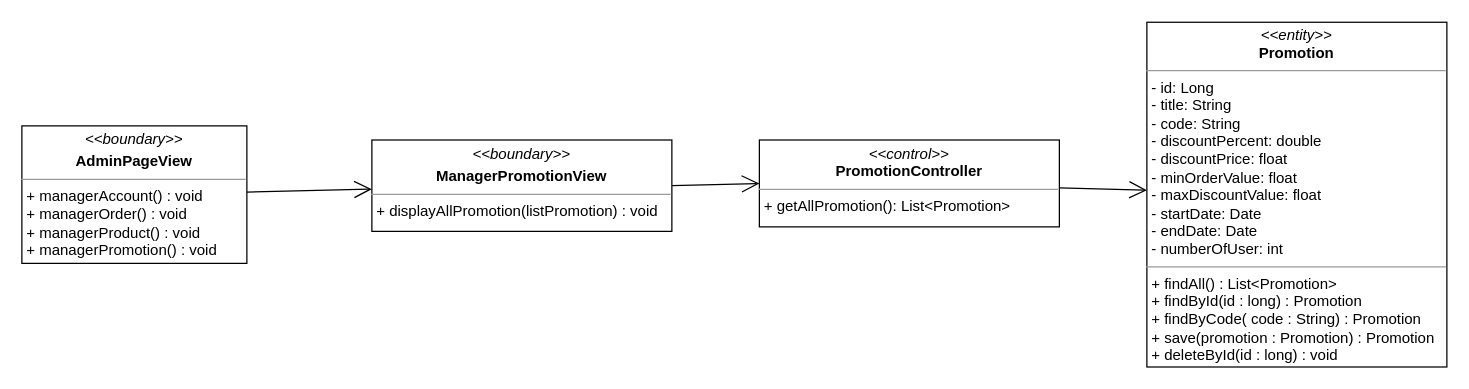
The draw.io diagram class diagram/manager-promotion-class-diagram.drawio in nguyenphamvan/datn_20202, before the edit. Source tidied: cells renumbered, new cells numbered last; positions are measured from the earlier drawing's top-left corner, leaving out a move shared by most shapes. Both pictures are drawn from the tidied source at 125%, with x=0, y=0 at pixel (21, 21).
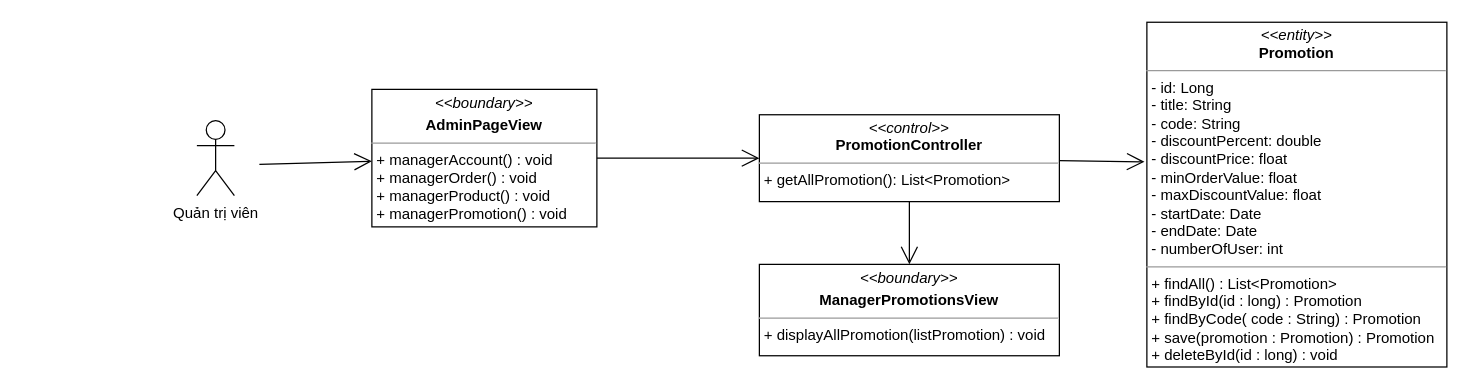
The same diagram, later.

Change to the diagram source:
```diff
@@
 <mxGraphModel>
   <root>
     <mxCell id="0" />
     <mxCell id="1" parent="0" />
-    <mxCell id="2" value="&lt;p style=&quot;margin: 0px ; margin-top: 4px ; text-align: center&quot;&gt;&lt;i&gt;&amp;lt;&amp;lt;boundary&amp;gt;&amp;gt;&lt;/i&gt;&lt;/p&gt;&lt;p style=&quot;margin: 0px ; margin-top: 4px ; text-align: center&quot;&gt;&lt;b&gt;ManagerPromotionView&lt;/b&gt;&lt;/p&gt;&lt;hr size=&quot;1&quot;&gt;&lt;p style=&quot;margin: 0px ; margin-left: 4px&quot;&gt;&lt;span&gt;+ displayAllPromotion(listPromotion) : void&lt;/span&gt;&lt;br&gt;&lt;/p&gt;" style="verticalAlign=top;align=left;overflow=fill;fontSize=12;fontFamily=Helvetica;html=1;" parent="1" vertex="1">
-      <mxGeometry x="280" y="94.5" width="240" height="73.1" as="geometry" />
+    <mxCell id="2" value="&lt;p style=&quot;margin: 0px ; margin-top: 4px ; text-align: center&quot;&gt;&lt;i&gt;&amp;lt;&amp;lt;boundary&amp;gt;&amp;gt;&lt;/i&gt;&lt;/p&gt;&lt;p style=&quot;margin: 0px ; margin-top: 4px ; text-align: center&quot;&gt;&lt;b&gt;ManagerPromotionsView&lt;/b&gt;&lt;/p&gt;&lt;hr size=&quot;1&quot;&gt;&lt;p style=&quot;margin: 0px ; margin-left: 4px&quot;&gt;&lt;span&gt;+ displayAllPromotion(listPromotion) : void&lt;/span&gt;&lt;br&gt;&lt;/p&gt;" style="verticalAlign=top;align=left;overflow=fill;fontSize=12;fontFamily=Helvetica;html=1;" parent="1" vertex="1">
+      <mxGeometry x="590" y="194" width="240" height="73.1" as="geometry" />
     </mxCell>
-    <mxCell id="3" style="endArrow=open;endFill=1;endSize=12;html=1;entryX=0;entryY=0.5;entryDx=0;entryDy=0;exitX=1;exitY=0.5;exitDx=0;exitDy=0;" parent="1" edge="1" source="2" target="4">
+    <mxCell id="3" style="endArrow=open;endFill=1;endSize=12;html=1;" parent="1" edge="1" source="4" target="2">
       <mxGeometry relative="1" as="geometry" />
     </mxCell>
     <mxCell id="4" value="&lt;p style=&quot;margin: 0px ; margin-top: 4px ; text-align: center&quot;&gt;&lt;i&gt;&amp;lt;&amp;lt;control&amp;gt;&amp;gt;&lt;/i&gt;&lt;br&gt;&lt;b&gt;PromotionController&lt;/b&gt;&lt;/p&gt;&lt;hr size=&quot;1&quot;&gt;&lt;p style=&quot;margin: 0px ; margin-left: 4px&quot;&gt;+ getAllPromotion(): List&amp;lt;Promotion&amp;gt;&lt;br&gt;&lt;/p&gt;" style="verticalAlign=top;align=left;overflow=fill;fontSize=12;fontFamily=Helvetica;html=1;" parent="1" vertex="1">
-      <mxGeometry x="590" y="94.5" width="240" height="69.5" as="geometry" />
+      <mxGeometry x="590" y="74.3" width="240" height="69.5" as="geometry" />
     </mxCell>
-    <mxCell id="5" style="endArrow=open;endFill=1;endSize=12;html=1;" parent="1" edge="1" source="4" target="6">
+    <mxCell id="5" style="endArrow=open;endFill=1;endSize=12;html=1;entryX=-0.008;entryY=0.405;entryDx=0;entryDy=0;entryPerimeter=0;" parent="1" edge="1" source="4" target="6">
       <mxGeometry relative="1" as="geometry" />
     </mxCell>
     <mxCell id="6" value="&lt;p style=&quot;margin: 0px ; margin-top: 4px ; text-align: center&quot;&gt;&lt;i&gt;&amp;lt;&amp;lt;entity&amp;gt;&amp;gt;&lt;/i&gt;&lt;br&gt;&lt;b&gt;Promotion&lt;/b&gt;&lt;/p&gt;&lt;hr size=&quot;1&quot;&gt;&lt;p style=&quot;margin: 0px ; margin-left: 4px&quot;&gt;- id: Long&lt;/p&gt;&lt;p style=&quot;margin: 0px 0px 0px 4px&quot;&gt;- title: String&lt;br&gt;- code: String&lt;/p&gt;&lt;p style=&quot;margin: 0px 0px 0px 4px&quot;&gt;- discountPercent: double&lt;/p&gt;&lt;p style=&quot;margin: 0px 0px 0px 4px&quot;&gt;- discountPrice: float&lt;/p&gt;&lt;p style=&quot;margin: 0px 0px 0px 4px&quot;&gt;- minOrderValue: float&lt;/p&gt;&lt;p style=&quot;margin: 0px 0px 0px 4px&quot;&gt;- maxDiscountValue: float&lt;/p&gt;&lt;p style=&quot;margin: 0px 0px 0px 4px&quot;&gt;- startDate: Date&lt;/p&gt;&lt;p style=&quot;margin: 0px 0px 0px 4px&quot;&gt;- endDate: Date&lt;/p&gt;&lt;p style=&quot;margin: 0px 0px 0px 4px&quot;&gt;- numberOfUser: int&lt;span&gt;&amp;nbsp;&lt;/span&gt;&lt;/p&gt;&lt;hr size=&quot;1&quot;&gt;&lt;p style=&quot;margin: 0px ; margin-left: 4px&quot;&gt;+ findAll() : List&amp;lt;Promotion&amp;gt;&lt;/p&gt;&lt;p style=&quot;margin: 0px ; margin-left: 4px&quot;&gt;+ findById(id : long) : Promotion&lt;/p&gt;&lt;p style=&quot;margin: 0px ; margin-left: 4px&quot;&gt;+ findByCode( code : String) : Promotion&lt;/p&gt;&lt;p style=&quot;margin: 0px ; margin-left: 4px&quot;&gt;+ save(promotion : Promotion) : Promotion&lt;/p&gt;&lt;p style=&quot;margin: 0px ; margin-left: 4px&quot;&gt;+ deleteById(id : long) : void&lt;/p&gt;" style="verticalAlign=top;align=left;overflow=fill;fontSize=12;fontFamily=Helvetica;html=1;" parent="1" vertex="1">
       <mxGeometry x="900" y="0.3" width="240" height="275.8" as="geometry" />
     </mxCell>
     <mxCell id="7" value="&lt;p style=&quot;margin: 0px ; margin-top: 4px ; text-align: center&quot;&gt;&lt;i&gt;&amp;lt;&amp;lt;boundary&amp;gt;&amp;gt;&lt;/i&gt;&lt;/p&gt;&lt;p style=&quot;margin: 0px ; margin-top: 4px ; text-align: center&quot;&gt;&lt;b&gt;AdminPageView&lt;/b&gt;&lt;/p&gt;&lt;hr size=&quot;1&quot;&gt;&lt;p style=&quot;margin: 0px ; margin-left: 4px&quot;&gt;&lt;span&gt;+ managerAccount() : void&lt;/span&gt;&lt;br&gt;&lt;/p&gt;&lt;p style=&quot;margin: 0px ; margin-left: 4px&quot;&gt;&lt;span&gt;+ managerOrder() : void&lt;/span&gt;&lt;/p&gt;&lt;p style=&quot;margin: 0px ; margin-left: 4px&quot;&gt;&lt;span&gt;+ managerProduct() : void&lt;/span&gt;&lt;/p&gt;&lt;p style=&quot;margin: 0px ; margin-left: 4px&quot;&gt;&lt;span&gt;+ managerPromotion() : void&lt;/span&gt;&lt;/p&gt;" style="verticalAlign=top;align=left;overflow=fill;fontSize=12;fontFamily=Helvetica;html=1;" parent="1" vertex="1">
-      <mxGeometry y="83.2" width="180" height="110" as="geometry" />
+      <mxGeometry x="280" y="54" width="180" height="110" as="geometry" />
     </mxCell>
-    <mxCell id="8" style="endArrow=open;endFill=1;endSize=12;html=1;" parent="1" edge="1" source="7" target="2">
+    <mxCell id="8" style="endArrow=open;endFill=1;endSize=12;html=1;" parent="1" edge="1" source="7" target="4">
       <mxGeometry relative="1" as="geometry" />
     </mxCell>
+    <mxCell id="9" value="Quản trị viên" style="shape=umlActor;verticalLabelPosition=bottom;verticalAlign=top;html=1;" parent="1" vertex="1">
+      <mxGeometry x="140" y="79" width="30" height="60" as="geometry" />
+    </mxCell>
+    <mxCell id="10" style="endArrow=open;endFill=1;endSize=12;html=1;" parent="1" edge="1" target="7">
+      <mxGeometry relative="1" as="geometry">
+        <mxPoint x="190" y="114" as="sourcePoint" />
+      </mxGeometry>
+    </mxCell>
   </root>
 </mxGraphModel>
```
